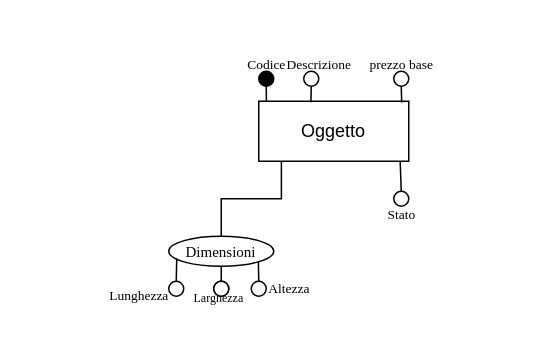
Before: materiale/Schemi Base E-R/Oggetto.drawio in A-lex00/AsteOnlineBD, a draw.io diagram. Source tidied: cells renumbered, new cells numbered last; positions are measured from the earlier drawing's top-left corner, leaving out a move shared by most shapes. Both pictures are drawn from the tidied source at 150%, with x=0, y=0 at pixel (93, 40).
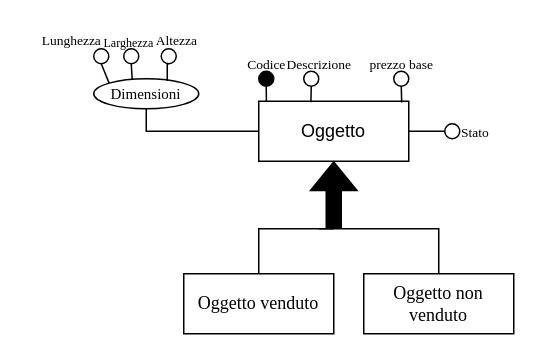
The same diagram, later.

The change refers to these unchanged cells:
```xml
<mxCell id="2" value="Oggetto" style="whiteSpace=wrap;html=1;align=center;" parent="1" vertex="1">
  <mxGeometry x="110" y="40" width="100" height="40" as="geometry" />
</mxCell>
```

What changed in the source:
```diff
@@
+    <mxCell id="27" style="edgeStyle=orthogonalEdgeStyle;rounded=0;jettySize=auto;html=1;exitX=1;exitY=0.5;exitDx=0;exitDy=0;entryX=0;entryY=0.5;entryDx=0;entryDy=0;endArrow=none;startFill=0;" parent="1" edge="1" source="2" target="20">
+      <mxGeometry relative="1" as="geometry" />
+    </mxCell>
@@
+    <mxCell id="26" style="edgeStyle=orthogonalEdgeStyle;rounded=0;jettySize=auto;html=1;exitX=0.5;exitY=1;exitDx=0;exitDy=0;entryX=0;entryY=0.5;entryDx=0;entryDy=0;endArrow=none;startFill=0;" parent="1" edge="1" source="3" target="2">
+      <mxGeometry relative="1" as="geometry">
+        <Array as="points">
+          <mxPoint x="35" y="60" />
+        </Array>
+      </mxGeometry>
+    </mxCell>
     <mxCell id="3" value="Dimensioni" style="ellipse;whiteSpace=wrap;html=1;align=center;fontSize=10;fontFamily=Times New Roman;" parent="1" vertex="1">
-      <mxGeometry x="50" y="130" width="70" height="20" as="geometry" />
+      <mxGeometry y="25" width="70" height="20" as="geometry" />
     </mxCell>
+    <mxCell id="25" style="rounded=0;jettySize=auto;html=1;exitX=0.5;exitY=1;exitDx=0;exitDy=0;entryX=0;entryY=0;entryDx=0;entryDy=0;endArrow=none;startFill=0;" parent="1" edge="1" source="4" target="3">
+      <mxGeometry relative="1" as="geometry" />
+    </mxCell>
     <mxCell id="4" style="ellipse;whiteSpace=wrap;html=1;" parent="1" vertex="1">
-      <mxGeometry x="50" y="160" width="10" height="10" as="geometry" />
+      <mxGeometry y="5" width="10" height="10" as="geometry" />
     </mxCell>
-    <mxCell id="5" style="edgeStyle=orthogonalEdgeStyle;rounded=0;jettySize=auto;html=1;exitX=0.5;exitY=0;exitDx=0;exitDy=0;entryX=0.5;entryY=1;entryDx=0;entryDy=0;endArrow=none;startFill=0;" parent="1" edge="1" source="6" target="3">
-      <mxGeometry relative="1" as="geometry" />
-    </mxCell>
     <mxCell id="6" style="ellipse;whiteSpace=wrap;html=1;" parent="1" vertex="1">
-      <mxGeometry x="80" y="160" width="10" height="10" as="geometry" />
+      <mxGeometry x="45" y="5" width="10" height="10" as="geometry" />
     </mxCell>
-    <mxCell id="7" style="edgeStyle=orthogonalEdgeStyle;rounded=0;jettySize=auto;html=1;exitX=0.5;exitY=0;exitDx=0;exitDy=0;entryX=1;entryY=1;entryDx=0;entryDy=0;endArrow=none;startFill=0;" parent="1" edge="1" source="8" target="3">
-      <mxGeometry relative="1" as="geometry" />
-    </mxCell>
-    <mxCell id="8" style="ellipse;whiteSpace=wrap;html=1;" parent="1" vertex="1">
-      <mxGeometry x="105" y="160" width="10" height="10" as="geometry" />
-    </mxCell>
     <mxCell id="9" value="Lunghezza" style="text;html=1;align=center;verticalAlign=middle;strokeColor=none;fillColor=none;fontSize=9;fontFamily=Times New Roman;" parent="1" vertex="1">
-      <mxGeometry y="160" width="60" height="20" as="geometry" />
+      <mxGeometry x="-45" y="-10" width="60" height="20" as="geometry" />
     </mxCell>
     <mxCell id="10" value="Altezza" style="text;html=1;align=center;verticalAlign=middle;strokeColor=none;fillColor=none;fontFamily=Times New Roman;fontSize=9;" parent="1" vertex="1">
-      <mxGeometry x="105" y="155" width="50" height="20" as="geometry" />
+      <mxGeometry x="30" y="-10" width="50" height="20" as="geometry" />
     </mxCell>
     <mxCell id="11" value="Larghezza" style="text;whiteSpace=wrap;html=1;fontSize=8;fontFamily=Times New Roman;" parent="1" vertex="1">
-      <mxGeometry x="65" y="160" width="40" height="20" as="geometry" />
+      <mxGeometry x="5" y="-10" width="40" height="20" as="geometry" />
     </mxCell>
@@
     <mxCell id="18" style="ellipse;whiteSpace=wrap;html=1;" parent="1" vertex="1">
-      <mxGeometry x="80" y="160" width="10" height="10" as="geometry" />
+      <mxGeometry x="20" y="5" width="10" height="10" as="geometry" />
     </mxCell>
@@
     <mxCell id="20" style="ellipse;whiteSpace=wrap;html=1;" parent="1" vertex="1">
-      <mxGeometry x="200" y="100" width="10" height="10" as="geometry" />
+      <mxGeometry x="234" y="55" width="10" height="10" as="geometry" />
     </mxCell>
@@
-    <mxCell id="23" style="edgeStyle=orthogonalEdgeStyle;rounded=0;jettySize=auto;html=1;exitX=0.5;exitY=0;exitDx=0;exitDy=0;entryX=0.943;entryY=1.014;entryDx=0;entryDy=0;entryPerimeter=0;endArrow=none;startFill=0;" parent="1" edge="1" source="20" target="2">
-      <mxGeometry relative="1" as="geometry" />
-    </mxCell>
     <mxCell id="24" value="&lt;font style=&quot;font-size: 9px;&quot; face=&quot;Times New Roman&quot;&gt;Stato&lt;/font&gt;" style="text;html=1;align=center;verticalAlign=middle;strokeColor=none;fillColor=none;" parent="1" vertex="1">
-      <mxGeometry x="185" y="100" width="40" height="30" as="geometry" />
+      <mxGeometry x="234" y="45" width="40" height="30" as="geometry" />
     </mxCell>
-    <mxCell id="25" style="edgeStyle=orthogonalEdgeStyle;rounded=0;jettySize=auto;html=1;exitX=0.5;exitY=0;exitDx=0;exitDy=0;entryX=0.076;entryY=0.746;entryDx=0;entryDy=0;entryPerimeter=0;endArrow=none;startFill=0;" parent="1" edge="1" source="4" target="3">
-      <mxGeometry relative="1" as="geometry" />
-    </mxCell>
-    <mxCell id="26" style="edgeStyle=orthogonalEdgeStyle;rounded=0;jettySize=auto;html=1;exitX=0.5;exitY=0;exitDx=0;exitDy=0;entryX=0.151;entryY=1;entryDx=0;entryDy=0;entryPerimeter=0;endArrow=none;startFill=0;" parent="1" edge="1" source="3" target="2">
-      <mxGeometry relative="1" as="geometry" />
-    </mxCell>
+    <mxCell id="28" style="edgeStyle=orthogonalEdgeStyle;rounded=0;jettySize=auto;html=1;exitX=0.5;exitY=1;exitDx=0;exitDy=0;entryX=0.366;entryY=0.008;entryDx=0;entryDy=0;entryPerimeter=0;endArrow=none;startFill=0;" parent="1" edge="1" source="18" target="3">
+      <mxGeometry relative="1" as="geometry" />
+    </mxCell>
+    <mxCell id="5" style="edgeStyle=orthogonalEdgeStyle;rounded=0;jettySize=auto;html=1;exitX=0.5;exitY=1;exitDx=0;exitDy=0;entryX=0.7;entryY=0.078;entryDx=0;entryDy=0;entryPerimeter=0;endArrow=none;startFill=0;" parent="1" edge="1" source="6" target="3">
+      <mxGeometry relative="1" as="geometry" />
+    </mxCell>
+    <mxCell id="29" style="edgeStyle=orthogonalEdgeStyle;rounded=0;jettySize=auto;html=1;exitX=0.5;exitY=0;exitDx=0;exitDy=0;endArrow=none;startFill=0;" parent="1" edge="1" source="30">
+      <mxGeometry relative="1" as="geometry">
+        <mxPoint x="160" y="125" as="targetPoint" />
+        <Array as="points">
+          <mxPoint x="110" y="125" />
+        </Array>
+      </mxGeometry>
+    </mxCell>
+    <mxCell id="30" value="&lt;font face=&quot;Times New Roman&quot;&gt;Oggetto venduto&lt;/font&gt;" style="whiteSpace=wrap;html=1;align=center;" parent="1" vertex="1">
+      <mxGeometry x="60" y="155" width="100" height="40" as="geometry" />
+    </mxCell>
+    <mxCell id="31" style="edgeStyle=orthogonalEdgeStyle;rounded=0;jettySize=auto;html=1;exitX=0.5;exitY=0;exitDx=0;exitDy=0;endArrow=none;startFill=0;" parent="1" edge="1" source="32">
+      <mxGeometry relative="1" as="geometry">
+        <mxPoint x="150" y="125" as="targetPoint" />
+        <Array as="points">
+          <mxPoint x="230" y="125" />
+        </Array>
+      </mxGeometry>
+    </mxCell>
+    <mxCell id="32" value="&lt;font face=&quot;Times New Roman&quot;&gt;Oggetto non venduto&lt;/font&gt;" style="whiteSpace=wrap;html=1;align=center;" parent="1" vertex="1">
+      <mxGeometry x="180" y="155" width="100" height="40" as="geometry" />
+    </mxCell>
+    <mxCell id="33" style="shape=flexArrow;endArrow=classic;html=1;rounded=0;entryX=0.5;entryY=1;entryDx=0;entryDy=0;labelBackgroundColor=none;fillColor=#000000;" parent="1" edge="1">
+      <mxGeometry relative="1" as="geometry">
+        <mxPoint x="160" y="125" as="sourcePoint" />
+        <mxPoint x="160" y="80" as="targetPoint" />
+      </mxGeometry>
+    </mxCell>
```
